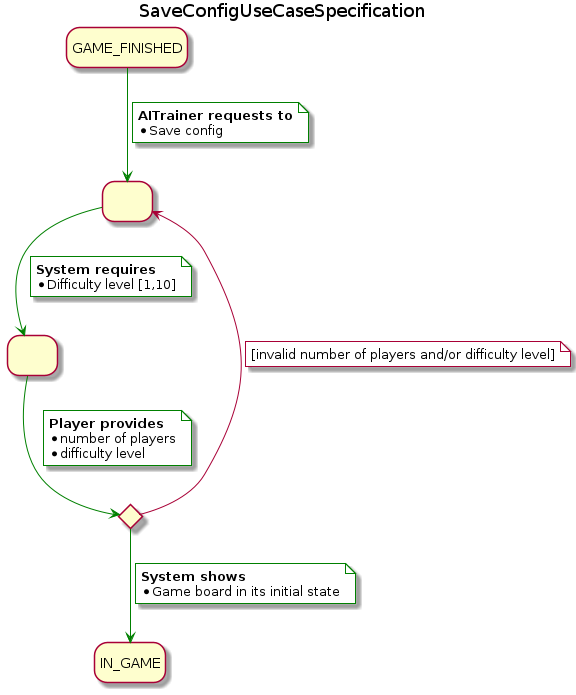
Above: docs/output/use-cases/specification/SaveConfigUseCaseSpecification.png in Master-Desarrollo-20-21/patrones-diseno---practica-final---juego-de-las-damas-fraylopez (PlantUML), before the change. Its diagram source:
```plantuml
@startuml SaveConfigUseCaseSpecification
title SaveConfigUseCaseSpecification
skinparam NoteBackgroundColor white
hide empty description

state startedGame as " "
state numberOfPlayers as " "
state ifValidNumberOfPlayers <<choice>>

GAME_FINISHED -[#green]-> startedGame
note on link #white
  <b>AITrainer requests to
  * Save config
end note

startedGame -[#green]-> numberOfPlayers
note on link
  <b>System requires
  * Difficulty level [1,10]
end note

numberOfPlayers -[#green]-> ifValidNumberOfPlayers
note on link
  <b>Player provides
  * number of players
  * difficulty level
end note

ifValidNumberOfPlayers --> startedGame
note on link
  [invalid number of players and/or difficulty level]
end note

ifValidNumberOfPlayers -[#green]-> IN_GAME
note on link
  <b>System shows
  * Game board in its initial state
end note

@enduml
```
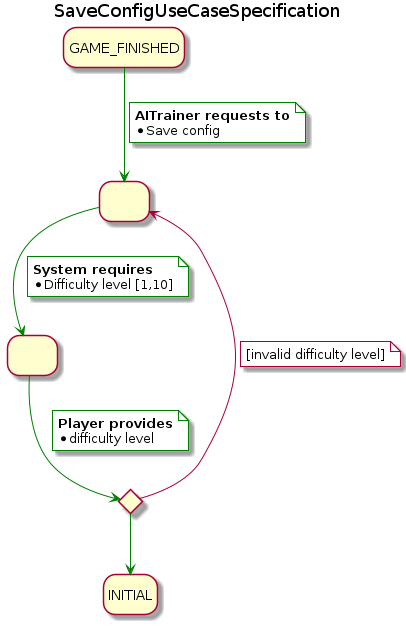
Above is the later version.

Change to the diagram source:
```diff
@@ -5,7 +5,7 @@
 
 state startedGame as " "
 state numberOfPlayers as " "
-state ifValidNumberOfPlayers <<choice>>
+state ifValidDifficultyLevel <<choice>>
 
 GAME_FINISHED -[#green]-> startedGame
 note on link #white
@@ -19,22 +19,17 @@
   * Difficulty level [1,10]
 end note
 
-numberOfPlayers -[#green]-> ifValidNumberOfPlayers
+numberOfPlayers -[#green]-> ifValidDifficultyLevel
 note on link
   <b>Player provides
-  * number of players
   * difficulty level
 end note
 
-ifValidNumberOfPlayers --> startedGame
+ifValidDifficultyLevel --> startedGame
 note on link
-  [invalid number of players and/or difficulty level]
+  [invalid difficulty level]
 end note
 
-ifValidNumberOfPlayers -[#green]-> IN_GAME
-note on link
-  <b>System shows
-  * Game board in its initial state
-end note
+ifValidDifficultyLevel -[#green]-> INITIAL
 
 @enduml
```
